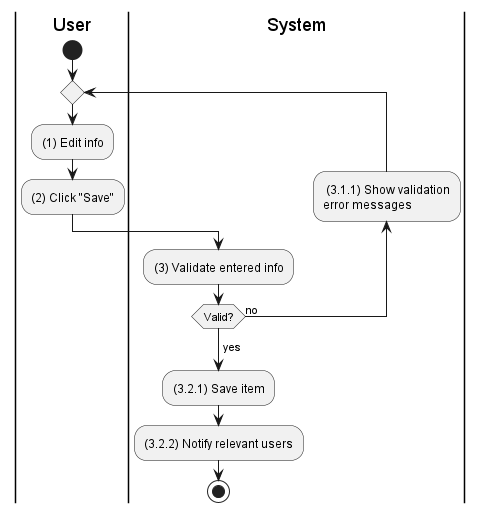
Above: Lab1/Lab1.2/activities/production-order-update.png in phihungha/SE357-Practice-class (PlantUML), before the change. The source it was exported from:
```plantuml
@startuml production-order-update
|u|User
|s|System

|u|
start
repeat
    :(1) Edit info;
    :(2) Click "Save";

    |s|
    :(3) Validate entered info;
    backward: (3.1.1) Show validation\nerror messages;
repeat while (Valid?) is (no)
->yes;
:(3.2.1) Save item;
:(3.2.2) Notify relevant users;
stop
@enduml
```
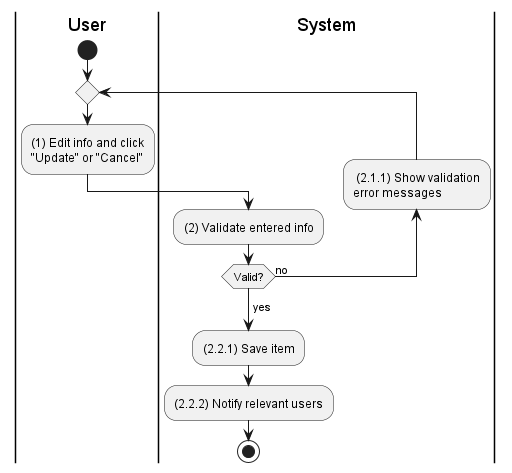
The same file after the commit.

The edit, as a diff of the source:
```diff
@@ -5,15 +5,13 @@
 |u|
 start
 repeat
-    :(1) Edit info;
-    :(2) Click "Save";
-
+    :(1) Edit info and click\n"Update" or "Cancel";
     |s|
-    :(3) Validate entered info;
-    backward: (3.1.1) Show validation\nerror messages;
+    :(2) Validate entered info;
+    backward: (2.1.1) Show validation\nerror messages;
 repeat while (Valid?) is (no)
 ->yes;
-:(3.2.1) Save item;
-:(3.2.2) Notify relevant users;
+:(2.2.1) Save item;
+:(2.2.2) Notify relevant users;
 stop
 @enduml
```
